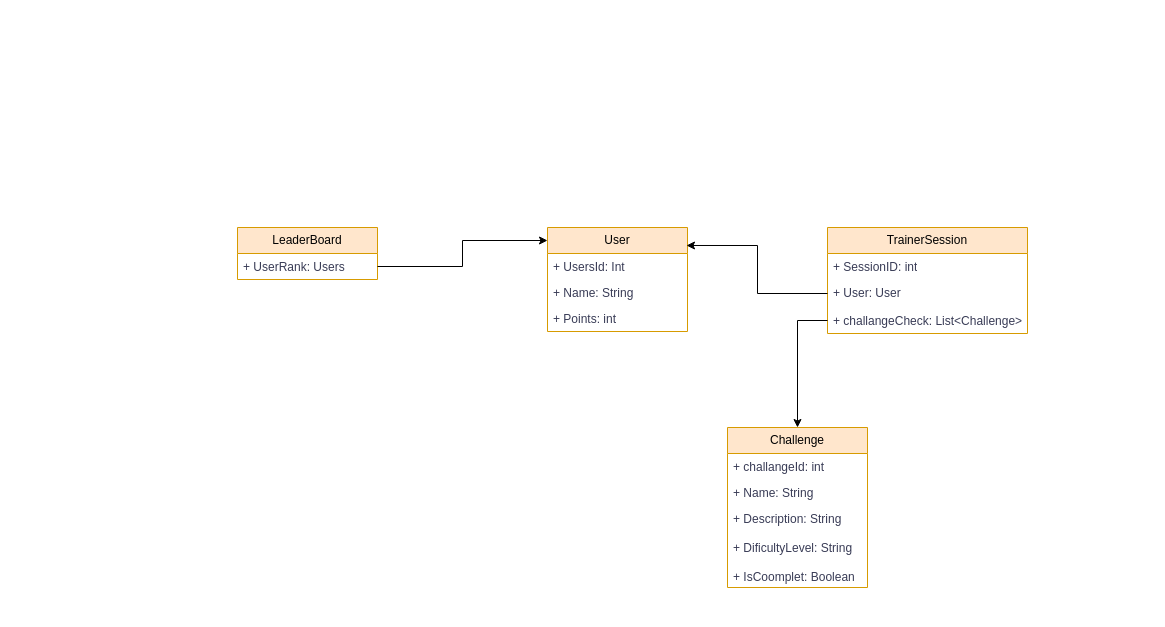
Above: src/Model/doc/UML_fiap.drawio in DevCodeMathias/Fiap_challange-2024 (draw.io), before the change. Source tidied: cells renumbered, new cells numbered last; positions are measured from the earlier drawing's top-left corner, leaving out a move shared by most shapes. Both pictures are drawn from the tidied source at 100%, with x=0, y=0 at pixel (237, 227).
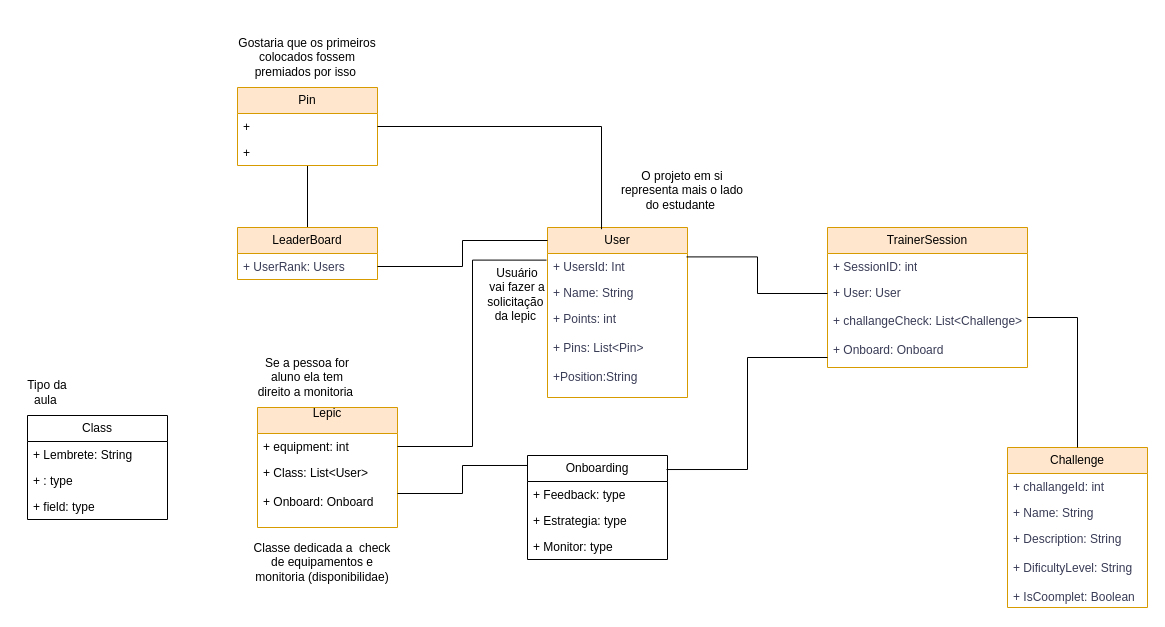
After the change.

Unchanged cells that the change refers to:
```xml
<mxCell id="6" value="LeaderBoard" style="swimlane;fontStyle=0;horizontal=1;startSize=26;fillColor=#ffe6cc;whiteSpace=wrap;html=1;labelBackgroundColor=none;strokeColor=#d79b00;" parent="1" vertex="1">
  <mxGeometry width="140" height="52" as="geometry" />
</mxCell>
<mxCell id="7" value="+ UserRank: Users" style="text;strokeColor=none;fillColor=none;align=left;verticalAlign=top;spacingLeft=4;spacingRight=4;overflow=hidden;points=[[0,0.5],[1,0.5]];portConstraint=eastwest;whiteSpace=wrap;html=1;labelBackgroundColor=none;fontColor=#393C56;" parent="6" vertex="1">
  <mxGeometry y="26" width="140" height="26" as="geometry" />
</mxCell>
<mxCell id="10" value="+ User: User" style="text;strokeColor=none;fillColor=none;align=left;verticalAlign=top;spacingLeft=4;spacingRight=4;overflow=hidden;points=[[0,0.5],[1,0.5]];portConstraint=eastwest;whiteSpace=wrap;html=1;labelBackgroundColor=none;fontColor=#393C56;" parent="8" vertex="1">
  <mxGeometry y="52" width="200" height="28" as="geometry" />
</mxCell>
```

What changed in the source:
```diff
@@
     <mxCell id="2" value="User" style="swimlane;fontStyle=0;horizontal=1;startSize=26;fillColor=#ffe6cc;whiteSpace=wrap;html=1;labelBackgroundColor=none;strokeColor=#d79b00;" parent="1" vertex="1">
-      <mxGeometry x="310" width="140" height="104" as="geometry" />
+      <mxGeometry x="310" width="140" height="170" as="geometry" />
     </mxCell>
@@
-    <mxCell id="5" value="+ Points: int" style="text;strokeColor=none;fillColor=none;align=left;verticalAlign=top;spacingLeft=4;spacingRight=4;overflow=hidden;whiteSpace=wrap;html=1;labelBackgroundColor=none;fontColor=#393C56;" parent="2" vertex="1">
-      <mxGeometry y="78" width="140" height="26" as="geometry" />
+    <mxCell id="5" value="+ Points: int&lt;div&gt;&lt;br&gt;&lt;/div&gt;&lt;div&gt;+ Pins: List&amp;lt;Pin&amp;gt;&lt;/div&gt;&lt;div&gt;&lt;br&gt;&lt;div&gt;+Position:String&lt;/div&gt;&lt;/div&gt;" style="text;strokeColor=none;fillColor=none;align=left;verticalAlign=top;spacingLeft=4;spacingRight=4;overflow=hidden;whiteSpace=wrap;html=1;labelBackgroundColor=none;fontColor=#393C56;" parent="2" vertex="1">
+      <mxGeometry y="78" width="140" height="92" as="geometry" />
     </mxCell>
+    <mxCell id="19" style="edgeStyle=orthogonalEdgeStyle;rounded=0;jettySize=auto;html=1;endArrow=none;endFill=0;" parent="1" edge="1" source="6" target="24">
+      <mxGeometry relative="1" as="geometry" />
+    </mxCell>
@@
     <mxCell id="8" value="TrainerSession" style="swimlane;fontStyle=0;horizontal=1;startSize=26;fillColor=#ffe6cc;whiteSpace=wrap;html=1;labelBackgroundColor=none;strokeColor=#d79b00;" parent="1" vertex="1">
-      <mxGeometry x="590" width="200" height="106" as="geometry" />
+      <mxGeometry x="590" width="200" height="140" as="geometry" />
     </mxCell>
@@
-    <mxCell id="11" value="+ challangeCheck: List&amp;lt;Challenge&amp;gt;" style="text;strokeColor=none;fillColor=none;align=left;verticalAlign=top;spacingLeft=4;spacingRight=4;overflow=hidden;points=[[0,0.5],[1,0.5]];portConstraint=eastwest;whiteSpace=wrap;html=1;labelBackgroundColor=none;fontColor=#393C56;" parent="8" vertex="1">
-      <mxGeometry y="80" width="200" height="26" as="geometry" />
+    <mxCell id="11" value="+ challangeCheck: List&amp;lt;Challenge&amp;gt;&lt;div&gt;&lt;br&gt;&lt;/div&gt;&lt;div&gt;+ Onboard: Onboard&lt;div&gt;&lt;br&gt;&lt;/div&gt;&lt;/div&gt;" style="text;strokeColor=none;fillColor=none;align=left;verticalAlign=top;spacingLeft=4;spacingRight=4;overflow=hidden;points=[[0,0.5],[1,0.5]];portConstraint=eastwest;whiteSpace=wrap;html=1;labelBackgroundColor=none;fontColor=#393C56;" parent="8" vertex="1">
+      <mxGeometry y="80" width="200" height="60" as="geometry" />
     </mxCell>
     <mxCell id="12" value="Challenge" style="swimlane;fontStyle=0;horizontal=1;startSize=26;fillColor=#ffe6cc;whiteSpace=wrap;html=1;labelBackgroundColor=none;strokeColor=#d79b00;" parent="1" vertex="1">
-      <mxGeometry x="490" y="200" width="140" height="160" as="geometry" />
+      <mxGeometry x="770" y="220" width="140" height="160" as="geometry" />
     </mxCell>
@@
-    <mxCell id="16" style="edgeStyle=orthogonalEdgeStyle;rounded=0;jettySize=auto;html=1;entryX=0.5;entryY=0;entryDx=0;entryDy=0;fontColor=#393C56;" parent="1" edge="1" source="11" target="12">
-      <mxGeometry relative="1" as="geometry" />
+    <mxCell id="16" style="edgeStyle=orthogonalEdgeStyle;rounded=0;jettySize=auto;html=1;entryX=0.5;entryY=0;entryDx=0;entryDy=0;fontColor=#393C56;endArrow=none;endFill=0;" parent="1" edge="1" source="11" target="12">
+      <mxGeometry relative="1" as="geometry">
+        <Array as="points">
+          <mxPoint x="840" y="90" />
+        </Array>
+      </mxGeometry>
     </mxCell>
-    <mxCell id="17" style="edgeStyle=orthogonalEdgeStyle;rounded=0;jettySize=auto;html=1;entryX=0.993;entryY=0.173;entryDx=0;entryDy=0;entryPerimeter=0;fontColor=#393C56;" parent="1" edge="1" source="10" target="2">
+    <mxCell id="17" style="edgeStyle=orthogonalEdgeStyle;rounded=0;jettySize=auto;html=1;entryX=0.993;entryY=0.173;entryDx=0;entryDy=0;entryPerimeter=0;fontColor=#393C56;endArrow=none;endFill=0;" parent="1" edge="1" source="10" target="2">
       <mxGeometry relative="1" as="geometry" />
     </mxCell>
-    <mxCell id="18" style="edgeStyle=orthogonalEdgeStyle;rounded=0;jettySize=auto;html=1;fontColor=#393C56;" parent="1" edge="1" source="7">
+    <mxCell id="18" style="edgeStyle=orthogonalEdgeStyle;rounded=0;jettySize=auto;html=1;fontColor=#393C56;endArrow=none;endFill=0;" parent="1" edge="1" source="7">
       <mxGeometry relative="1" as="geometry">
         <mxPoint x="310" y="13" as="targetPoint" />
         <Array as="points">
           <mxPoint x="225" y="39" />
           <mxPoint x="225" y="13" />
         </Array>
       </mxGeometry>
     </mxCell>
+    <mxCell id="20" value="Lepic&lt;div&gt;&lt;br&gt;&lt;/div&gt;" style="swimlane;fontStyle=0;horizontal=1;startSize=26;fillColor=#ffe6cc;whiteSpace=wrap;html=1;strokeColor=#d79b00;" parent="1" vertex="1">
+      <mxGeometry x="20" y="180" width="140" height="120" as="geometry" />
+    </mxCell>
+    <mxCell id="21" value="+ equipment: int" style="text;strokeColor=none;fillColor=none;align=left;verticalAlign=top;spacingLeft=4;spacingRight=4;overflow=hidden;points=[[0,0.5],[1,0.5]];portConstraint=eastwest;whiteSpace=wrap;html=1;" parent="20" vertex="1">
+      <mxGeometry y="26" width="140" height="26" as="geometry" />
+    </mxCell>
+    <mxCell id="22" value="+ Class: List&amp;lt;User&amp;gt;&lt;div&gt;&lt;br&gt;&lt;/div&gt;&lt;div&gt;+ Onboard: Onboard&lt;div&gt;&lt;br&gt;&lt;/div&gt;&lt;/div&gt;&lt;div&gt;&lt;br&gt;&lt;/div&gt;" style="text;strokeColor=none;fillColor=none;align=left;verticalAlign=top;spacingLeft=4;spacingRight=4;overflow=hidden;points=[[0,0.5],[1,0.5]];portConstraint=eastwest;whiteSpace=wrap;html=1;" parent="20" vertex="1">
+      <mxGeometry y="52" width="140" height="68" as="geometry" />
+    </mxCell>
+    <mxCell id="23" style="edgeStyle=orthogonalEdgeStyle;rounded=0;jettySize=auto;html=1;entryX=-0.007;entryY=0.192;entryDx=0;entryDy=0;entryPerimeter=0;endArrow=none;endFill=0;" parent="1" edge="1" source="21" target="2">
+      <mxGeometry relative="1" as="geometry" />
+    </mxCell>
+    <mxCell id="24" value="Pin" style="swimlane;fontStyle=0;horizontal=1;startSize=26;fillColor=#ffe6cc;whiteSpace=wrap;html=1;strokeColor=#d79b00;" parent="1" vertex="1">
+      <mxGeometry y="-140" width="140" height="78" as="geometry" />
+    </mxCell>
+    <mxCell id="25" value="+&amp;nbsp;" style="text;strokeColor=none;fillColor=none;align=left;verticalAlign=top;spacingLeft=4;spacingRight=4;overflow=hidden;points=[[0,0.5],[1,0.5]];portConstraint=eastwest;whiteSpace=wrap;html=1;" parent="24" vertex="1">
+      <mxGeometry y="26" width="140" height="26" as="geometry" />
+    </mxCell>
+    <mxCell id="26" value="+" style="text;strokeColor=none;fillColor=none;align=left;verticalAlign=top;spacingLeft=4;spacingRight=4;overflow=hidden;whiteSpace=wrap;html=1;" parent="24" vertex="1">
+      <mxGeometry y="52" width="140" height="26" as="geometry" />
+    </mxCell>
+    <mxCell id="27" style="edgeStyle=orthogonalEdgeStyle;rounded=0;jettySize=auto;html=1;entryX=0.386;entryY=0.01;entryDx=0;entryDy=0;entryPerimeter=0;endArrow=none;endFill=0;" parent="1" edge="1" source="25" target="2">
+      <mxGeometry relative="1" as="geometry" />
+    </mxCell>
+    <mxCell id="28" value="Gostaria que os primeiros colocados fossem premiados por isso&amp;nbsp;" style="text;strokeColor=none;align=center;fillColor=none;html=1;verticalAlign=middle;whiteSpace=wrap;rounded=0;" parent="1" vertex="1">
+      <mxGeometry x="-5" y="-210" width="150" height="80" as="geometry" />
+    </mxCell>
+    <mxCell id="29" value="Se a pessoa for aluno ela tem direito a monitoria&amp;nbsp;" style="text;strokeColor=none;align=center;fillColor=none;html=1;verticalAlign=middle;whiteSpace=wrap;rounded=0;" parent="1" vertex="1">
+      <mxGeometry x="15" y="120" width="110" height="60" as="geometry" />
+    </mxCell>
+    <mxCell id="30" value="O projeto em si representa mais o lado do estudante&amp;nbsp;" style="text;strokeColor=none;align=center;fillColor=none;html=1;verticalAlign=middle;whiteSpace=wrap;rounded=0;" parent="1" vertex="1">
+      <mxGeometry x="380" y="-62" width="130" height="50" as="geometry" />
+    </mxCell>
+    <mxCell id="31" value="Onboarding" style="swimlane;fontStyle=0;horizontal=1;startSize=26;fillColor=none;whiteSpace=wrap;html=1;" parent="1" vertex="1">
+      <mxGeometry x="290" y="228" width="140" height="104" as="geometry" />
+    </mxCell>
+    <mxCell id="32" value="+ Feedback: type" style="text;strokeColor=none;fillColor=none;align=left;verticalAlign=top;spacingLeft=4;spacingRight=4;overflow=hidden;whiteSpace=wrap;html=1;" parent="31" vertex="1">
+      <mxGeometry y="26" width="140" height="26" as="geometry" />
+    </mxCell>
+    <mxCell id="33" value="+ Estrategia: type" style="text;strokeColor=none;fillColor=none;align=left;verticalAlign=top;spacingLeft=4;spacingRight=4;overflow=hidden;whiteSpace=wrap;html=1;" parent="31" vertex="1">
+      <mxGeometry y="52" width="140" height="26" as="geometry" />
+    </mxCell>
+    <mxCell id="34" value="+ Monitor: type" style="text;strokeColor=none;fillColor=none;align=left;verticalAlign=top;spacingLeft=4;spacingRight=4;overflow=hidden;whiteSpace=wrap;html=1;" parent="31" vertex="1">
+      <mxGeometry y="78" width="140" height="26" as="geometry" />
+    </mxCell>
+    <mxCell id="35" value="&amp;nbsp;Classe dedicada a&amp;nbsp; check&amp;nbsp; de equipamentos e monitoria (disponibilidae)" style="text;strokeColor=none;align=center;fillColor=none;html=1;verticalAlign=middle;whiteSpace=wrap;rounded=0;" parent="1" vertex="1">
+      <mxGeometry x="10" y="320" width="150" height="30" as="geometry" />
+    </mxCell>
+    <mxCell id="36" style="edgeStyle=orthogonalEdgeStyle;rounded=0;jettySize=auto;html=1;entryX=0;entryY=0.096;entryDx=0;entryDy=0;entryPerimeter=0;endArrow=none;endFill=0;" parent="1" edge="1" source="22" target="31">
+      <mxGeometry relative="1" as="geometry" />
+    </mxCell>
+    <mxCell id="37" style="edgeStyle=orthogonalEdgeStyle;rounded=0;jettySize=auto;html=1;entryX=0.993;entryY=0.135;entryDx=0;entryDy=0;entryPerimeter=0;endArrow=none;endFill=0;" parent="1" edge="1" source="11" target="31">
+      <mxGeometry relative="1" as="geometry">
+        <Array as="points">
+          <mxPoint x="510" y="130" />
+          <mxPoint x="510" y="242" />
+        </Array>
+      </mxGeometry>
+    </mxCell>
+    <mxCell id="38" value="Usuário vai fazer a solicitação&amp;nbsp; da lepic&amp;nbsp;" style="text;strokeColor=none;align=center;fillColor=none;html=1;verticalAlign=middle;whiteSpace=wrap;rounded=0;" parent="1" vertex="1">
+      <mxGeometry x="250" y="52" width="60" height="30" as="geometry" />
+    </mxCell>
+    <mxCell id="39" value="Class" style="swimlane;fontStyle=0;horizontal=1;startSize=26;fillColor=none;whiteSpace=wrap;html=1;" parent="1" vertex="1">
+      <mxGeometry x="-210" y="188" width="140" height="104" as="geometry" />
+    </mxCell>
+    <mxCell id="40" value="+ Lembrete: String" style="text;strokeColor=none;fillColor=none;align=left;verticalAlign=top;spacingLeft=4;spacingRight=4;overflow=hidden;whiteSpace=wrap;html=1;" parent="39" vertex="1">
+      <mxGeometry y="26" width="140" height="26" as="geometry" />
+    </mxCell>
+    <mxCell id="41" value="+ : type" style="text;strokeColor=none;fillColor=none;align=left;verticalAlign=top;spacingLeft=4;spacingRight=4;overflow=hidden;whiteSpace=wrap;html=1;" parent="39" vertex="1">
+      <mxGeometry y="52" width="140" height="26" as="geometry" />
+    </mxCell>
+    <mxCell id="42" value="+ field: type" style="text;strokeColor=none;fillColor=none;align=left;verticalAlign=top;spacingLeft=4;spacingRight=4;overflow=hidden;whiteSpace=wrap;html=1;" parent="39" vertex="1">
+      <mxGeometry y="78" width="140" height="26" as="geometry" />
+    </mxCell>
+    <mxCell id="43" value="Tipo da aula&amp;nbsp;" style="text;strokeColor=none;align=center;fillColor=none;html=1;verticalAlign=middle;whiteSpace=wrap;rounded=0;" parent="1" vertex="1">
+      <mxGeometry x="-220" y="150" width="60" height="30" as="geometry" />
+    </mxCell>
```
